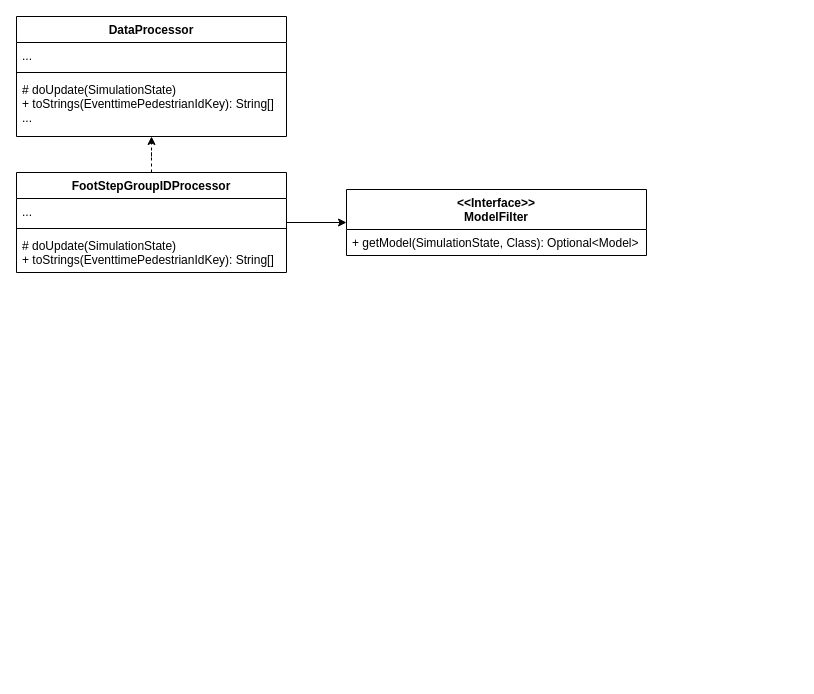
This is UML/FootStepGroupIDProcessor_UML.drawio from sonmikrafft-uni-MLCMS/ex2, a draw.io file, before an edit. Source tidied: cells renumbered, new cells numbered last; positions are measured from the earlier drawing's top-left corner, leaving out a move shared by most shapes. Both pictures are drawn from the tidied source at 100%, with x=0, y=0 at pixel (16, 16).
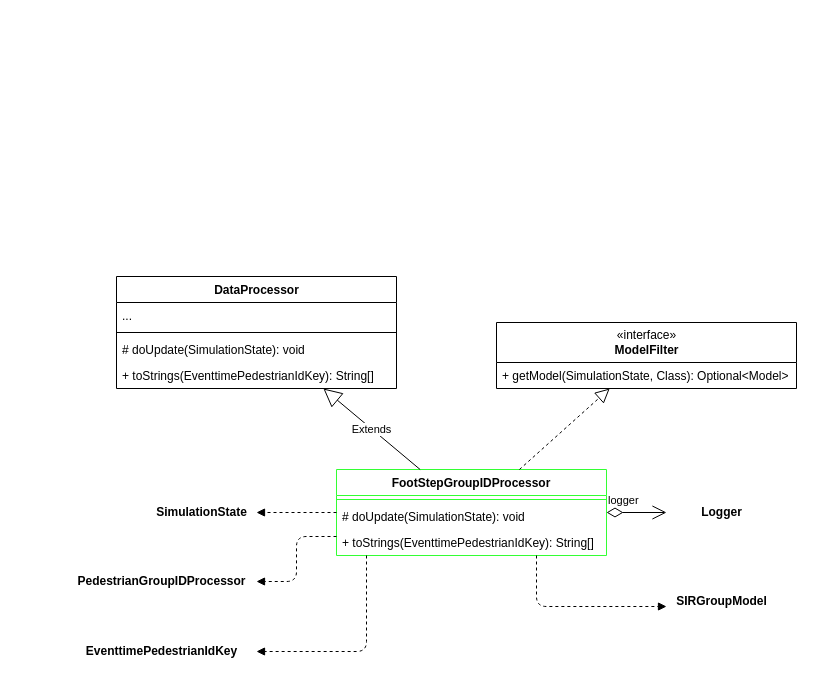
The same page after the edit.

Change to the diagram source:
```diff
@@
+    <mxCell id="8" value="FootStepGroupIDProcessor" style="swimlane;fontStyle=1;align=center;verticalAlign=top;horizontal=1;startSize=26;strokeColor=#33FF33;" parent="1" vertex="1">
+      <mxGeometry x="320" y="453" width="270" height="86" as="geometry" />
+    </mxCell>
+    <mxCell id="14" style="line;strokeWidth=1;fillColor=none;align=left;verticalAlign=middle;spacingTop=-1;spacingLeft=3;spacingRight=3;labelPosition=right;strokeColor=#33FF33;" parent="8" vertex="1">
+      <mxGeometry y="26" width="270" height="8" as="geometry" />
+    </mxCell>
+    <mxCell id="15" value="# doUpdate(SimulationState): void" style="text;strokeColor=none;fillColor=none;align=left;verticalAlign=top;spacingLeft=4;spacingRight=4;overflow=hidden;" parent="8" vertex="1">
+      <mxGeometry y="34" width="270" height="26" as="geometry" />
+    </mxCell>
+    <mxCell id="16" value="+ toStrings(EventtimePedestrianIdKey): String[]" style="text;strokeColor=none;fillColor=none;align=left;verticalAlign=top;spacingLeft=4;spacingRight=4;overflow=hidden;" parent="8" vertex="1">
+      <mxGeometry y="60" width="270" height="26" as="geometry" />
+    </mxCell>
+    <mxCell id="17" value="«interface»&lt;br&gt;&lt;b&gt;ModelFilter&lt;/b&gt;" style="swimlane;fontStyle=0;horizontal=1;startSize=40;fillColor=none;html=1;" parent="1" vertex="1">
+      <mxGeometry x="480" y="306" width="300" height="66" as="geometry" />
+    </mxCell>
+    <mxCell id="13" value="+ getModel(SimulationState, Class): Optional&lt;Model&gt;" style="text;strokeColor=none;fillColor=none;align=left;verticalAlign=top;spacingLeft=4;spacingRight=4;overflow=hidden;" parent="17" vertex="1">
+      <mxGeometry y="40" width="300" height="26" as="geometry" />
+    </mxCell>
+    <mxCell id="18" style="endArrow=block;dashed=1;endFill=0;endSize=12;html=1;" parent="1" edge="1" source="8" target="17">
+      <mxGeometry relative="1" as="geometry" />
+    </mxCell>
-    <mxCell id="2" value="DataProcessor" style="swimlane;fontStyle=1;align=center;verticalAlign=top;horizontal=1;startSize=26;" parent="1" vertex="1">
-      <mxGeometry width="270" height="120" as="geometry" />
+    <mxCell id="2" value="DataProcessor" style="swimlane;fontStyle=1;align=center;verticalAlign=top;horizontal=1;startSize=26;html=1;" parent="1" vertex="1">
+      <mxGeometry x="100" y="260" width="280" height="112" as="geometry" />
     </mxCell>
-    <mxCell id="3" value="..." style="text;strokeColor=none;fillColor=none;align=left;verticalAlign=top;spacingLeft=4;spacingRight=4;overflow=hidden;" parent="2" vertex="1">
-      <mxGeometry y="26" width="270" height="26" as="geometry" />
-    </mxCell>
-    <mxCell id="4" style="line;strokeWidth=1;fillColor=none;align=left;verticalAlign=middle;spacingTop=-1;spacingLeft=3;spacingRight=3;labelPosition=right;" parent="2" vertex="1">
-      <mxGeometry y="52" width="270" height="8" as="geometry" />
-    </mxCell>
-    <mxCell id="5" value="# doUpdate(SimulationState)&#10;+ toStrings(EventtimePedestrianIdKey): String[]&#10;...&#10;" style="text;strokeColor=none;fillColor=none;align=left;verticalAlign=top;spacingLeft=4;spacingRight=4;overflow=hidden;fontStyle=0;" parent="2" vertex="1">
-      <mxGeometry y="60" width="270" height="60" as="geometry" />
-    </mxCell>
-    <mxCell id="6" style="edgeStyle=orthogonalEdgeStyle;rounded=0;jettySize=auto;html=1;" parent="1" edge="1" source="8" target="12">
-      <mxGeometry relative="1" as="geometry" />
-    </mxCell>
+    <mxCell id="19" value="..." style="text;strokeColor=none;fillColor=none;align=left;verticalAlign=top;spacingLeft=4;spacingRight=4;overflow=hidden;" parent="2" vertex="1">
+      <mxGeometry y="26" width="280" height="26" as="geometry" />
+    </mxCell>
+    <mxCell id="20" style="line;strokeWidth=1;fillColor=none;align=left;verticalAlign=middle;spacingTop=-1;spacingLeft=3;spacingRight=3;labelPosition=right;" parent="2" vertex="1">
+      <mxGeometry y="52" width="280" height="8" as="geometry" />
+    </mxCell>
+    <mxCell id="21" value="# doUpdate(SimulationState): void" style="text;strokeColor=none;fillColor=none;align=left;verticalAlign=top;spacingLeft=4;spacingRight=4;overflow=hidden;" parent="2" vertex="1">
+      <mxGeometry y="60" width="280" height="26" as="geometry" />
+    </mxCell>
+    <mxCell id="22" value="+ toStrings(EventtimePedestrianIdKey): String[]" style="text;strokeColor=none;fillColor=none;align=left;verticalAlign=top;spacingLeft=4;spacingRight=4;overflow=hidden;" parent="2" vertex="1">
+      <mxGeometry y="86" width="280" height="26" as="geometry" />
+    </mxCell>
-    <mxCell id="7" style="edgeStyle=orthogonalEdgeStyle;rounded=0;jettySize=auto;html=1;exitX=0.5;exitY=0;exitDx=0;exitDy=0;dashed=1;" parent="1" edge="1" source="8" target="2">
+    <mxCell id="7" value="Extends" style="endArrow=block;endSize=16;endFill=0;html=1;" parent="1" edge="1" source="8" target="2">
       <mxGeometry relative="1" as="geometry" />
     </mxCell>
-    <mxCell id="8" value="FootStepGroupIDProcessor" style="swimlane;fontStyle=1;align=center;verticalAlign=top;horizontal=1;startSize=26;" parent="1" vertex="1">
-      <mxGeometry y="156" width="270" height="100" as="geometry" />
-    </mxCell>
-    <mxCell id="9" value="..." style="text;strokeColor=none;fillColor=none;align=left;verticalAlign=top;spacingLeft=4;spacingRight=4;overflow=hidden;" parent="8" vertex="1">
-      <mxGeometry y="26" width="270" height="26" as="geometry" />
-    </mxCell>
-    <mxCell id="10" style="line;strokeWidth=1;fillColor=none;align=left;verticalAlign=middle;spacingTop=-1;spacingLeft=3;spacingRight=3;labelPosition=right;" parent="8" vertex="1">
-      <mxGeometry y="52" width="270" height="8" as="geometry" />
-    </mxCell>
-    <mxCell id="11" value="# doUpdate(SimulationState)&#10;+ toStrings(EventtimePedestrianIdKey): String[]" style="text;strokeColor=none;fillColor=none;align=left;verticalAlign=top;spacingLeft=4;spacingRight=4;overflow=hidden;" parent="8" vertex="1">
-      <mxGeometry y="60" width="270" height="40" as="geometry" />
-    </mxCell>
-    <mxCell id="12" value="&lt;&lt;Interface&gt;&gt;&#10;ModelFilter" style="swimlane;fontStyle=1;align=center;verticalAlign=top;horizontal=1;startSize=40;" parent="1" vertex="1">
-      <mxGeometry x="330" y="173" width="300" height="66" as="geometry" />
-    </mxCell>
-    <mxCell id="13" value="+ getModel(SimulationState, Class): Optional&lt;Model&gt;" style="text;strokeColor=none;fillColor=none;align=left;verticalAlign=top;spacingLeft=4;spacingRight=4;overflow=hidden;" parent="12" vertex="1">
-      <mxGeometry y="40" width="300" height="26" as="geometry" />
-    </mxCell>
+    <mxCell id="23" value="&lt;b&gt;SimulationState&lt;/b&gt;" style="html=1;strokeColor=#FFFFFF;" parent="1" vertex="1">
+      <mxGeometry x="130" y="471" width="110" height="50" as="geometry" />
+    </mxCell>
+    <mxCell id="24" style="endArrow=block;endFill=1;html=1;edgeStyle=orthogonalEdgeStyle;align=left;verticalAlign=top;dashed=1;" parent="1" edge="1" source="8" target="23">
+      <mxGeometry x="-1" relative="1" as="geometry" />
+    </mxCell>
+    <mxCell id="25" value="&lt;b&gt;PedestrianGroupIDProcessor&lt;/b&gt;" style="html=1;strokeColor=#FFFFFF;" parent="1" vertex="1">
+      <mxGeometry x="50" y="540" width="190" height="50" as="geometry" />
+    </mxCell>
+    <mxCell id="26" style="endArrow=block;endFill=1;html=1;edgeStyle=orthogonalEdgeStyle;align=left;verticalAlign=top;dashed=1;" parent="1" edge="1" source="8" target="25">
+      <mxGeometry x="-1" relative="1" as="geometry">
+        <Array as="points">
+          <mxPoint x="280" y="520" />
+          <mxPoint x="280" y="565" />
+        </Array>
+      </mxGeometry>
+    </mxCell>
+    <mxCell id="27" value="&lt;b&gt;EventtimePedestrianIdKey&lt;/b&gt;" style="html=1;strokeColor=#FFFFFF;" parent="1" vertex="1">
+      <mxGeometry x="50" y="610" width="190" height="50" as="geometry" />
+    </mxCell>
+    <mxCell id="28" style="endArrow=block;endFill=1;html=1;edgeStyle=orthogonalEdgeStyle;align=left;verticalAlign=top;dashed=1;" parent="1" edge="1" source="8" target="27">
+      <mxGeometry x="-1" relative="1" as="geometry">
+        <Array as="points">
+          <mxPoint x="350" y="635" />
+        </Array>
+      </mxGeometry>
+    </mxCell>
+    <mxCell id="29" value="&lt;b&gt;Logger&lt;/b&gt;" style="html=1;strokeColor=#FFFFFF;" parent="1" vertex="1">
+      <mxGeometry x="650" y="471" width="110" height="50" as="geometry" />
+    </mxCell>
+    <mxCell id="30" value="&lt;b&gt;SIRGroupModel&lt;/b&gt;" style="html=1;strokeColor=#FFFFFF;" parent="1" vertex="1">
+      <mxGeometry x="650" y="560" width="110" height="50" as="geometry" />
+    </mxCell>
+    <mxCell id="31" style="endArrow=block;endFill=1;html=1;edgeStyle=orthogonalEdgeStyle;align=left;verticalAlign=top;dashed=1;" parent="1" edge="1" source="8" target="30">
+      <mxGeometry x="-1" relative="1" as="geometry">
+        <Array as="points">
+          <mxPoint x="520" y="590" />
+        </Array>
+      </mxGeometry>
+    </mxCell>
+    <mxCell id="32" value="logger" style="endArrow=open;html=1;endSize=12;startArrow=diamondThin;startSize=14;startFill=0;edgeStyle=orthogonalEdgeStyle;align=left;verticalAlign=bottom;" parent="1" edge="1" source="8" target="29">
+      <mxGeometry x="-1" y="3" relative="1" as="geometry" />
+    </mxCell>
```
